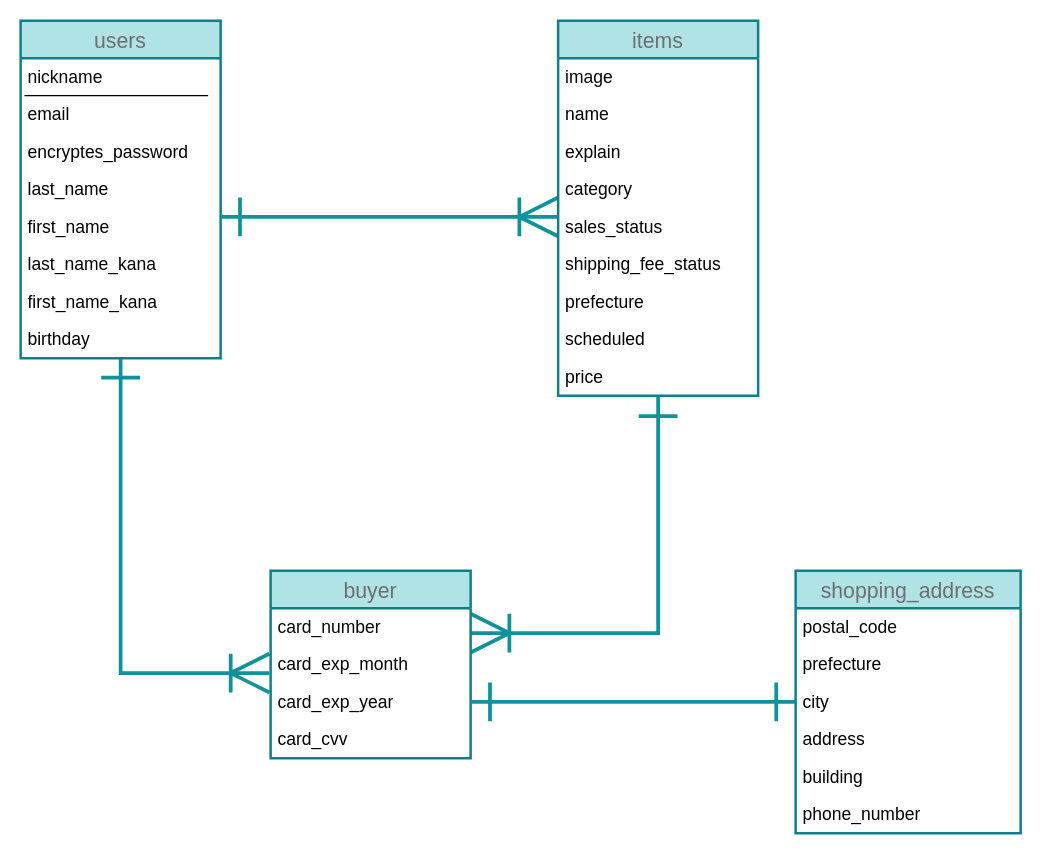
Above: furima.dio in Ioa-041/furima-30559 (draw.io), before the change. Source tidied: cells renumbered, new cells numbered last; positions are measured from the earlier drawing's top-left corner, leaving out a move shared by most shapes. Both pictures are drawn from the tidied source at 125%, with x=0, y=0 at pixel (20, 20).
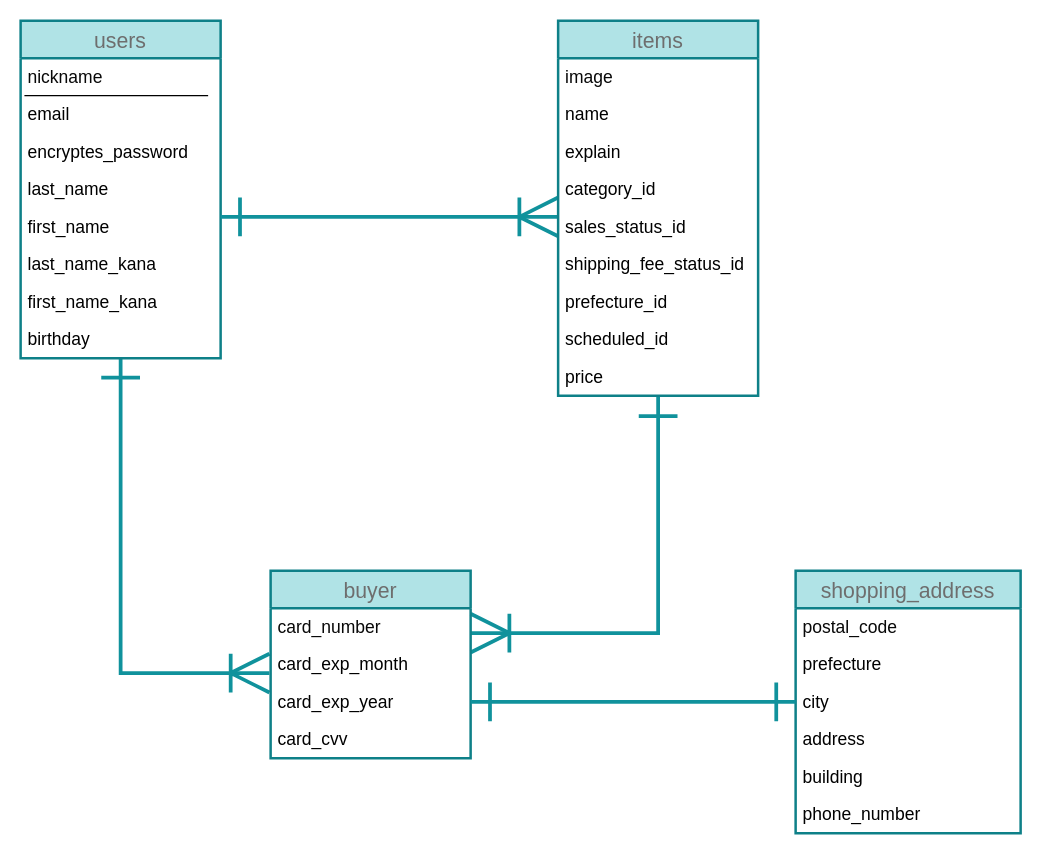
Above is the later version.

Commit message (it also covers changes not shown here):
商品の状態・配送料の負担・発送元の地域・発送までの日数・カテゴリーのカラム名末尾に_idを追記、カラムの型をintegerの変更

The change refers to these unchanged cells:
```xml
<mxCell id="28" value="items" style="swimlane;fontStyle=0;horizontal=1;startSize=30;align=center;fontSize=17;strokeColor=#0e8088;labelBackgroundColor=none;fillColor=#b0e3e6;fontColor=#6E6E6E;strokeWidth=2;" parent="1" vertex="1">
  <mxGeometry x="430" width="160" height="300" as="geometry" />
</mxCell>
```

The edit, as a diff of the source:
```diff
@@
-    <mxCell id="32" value="category" style="text;strokeColor=none;fillColor=none;spacingLeft=4;spacingRight=4;overflow=hidden;fontSize=14;fontColor=#000000;" parent="28" vertex="1">
+    <mxCell id="32" value="category_id" style="text;strokeColor=none;fillColor=none;spacingLeft=4;spacingRight=4;overflow=hidden;fontSize=14;fontColor=#000000;" parent="28" vertex="1">
       <mxGeometry y="120" width="160" height="30" as="geometry" />
     </mxCell>
-    <mxCell id="33" value="sales_status" style="text;strokeColor=none;fillColor=none;spacingLeft=4;spacingRight=4;overflow=hidden;fontSize=14;fontColor=#000000;" parent="28" vertex="1">
+    <mxCell id="33" value="sales_status_id" style="text;strokeColor=none;fillColor=none;spacingLeft=4;spacingRight=4;overflow=hidden;fontSize=14;fontColor=#000000;" parent="28" vertex="1">
       <mxGeometry y="150" width="160" height="30" as="geometry" />
     </mxCell>
-    <mxCell id="34" value="shipping_fee_status" style="text;strokeColor=none;fillColor=none;spacingLeft=4;spacingRight=4;overflow=hidden;fontSize=14;fontColor=#000000;" parent="28" vertex="1">
+    <mxCell id="34" value="shipping_fee_status_id" style="text;strokeColor=none;fillColor=none;spacingLeft=4;spacingRight=4;overflow=hidden;fontSize=14;fontColor=#000000;" parent="28" vertex="1">
       <mxGeometry y="180" width="160" height="30" as="geometry" />
     </mxCell>
-    <mxCell id="35" value="prefecture" style="text;strokeColor=none;fillColor=none;spacingLeft=4;spacingRight=4;overflow=hidden;fontSize=14;fontColor=#000000;" parent="28" vertex="1">
+    <mxCell id="35" value="prefecture_id" style="text;strokeColor=none;fillColor=none;spacingLeft=4;spacingRight=4;overflow=hidden;fontSize=14;fontColor=#000000;" parent="28" vertex="1">
       <mxGeometry y="210" width="160" height="30" as="geometry" />
     </mxCell>
-    <mxCell id="36" value="scheduled" style="text;strokeColor=none;fillColor=none;spacingLeft=4;spacingRight=4;overflow=hidden;fontSize=14;fontColor=#000000;" parent="28" vertex="1">
+    <mxCell id="36" value="scheduled_id" style="text;strokeColor=none;fillColor=none;spacingLeft=4;spacingRight=4;overflow=hidden;fontSize=14;fontColor=#000000;" parent="28" vertex="1">
       <mxGeometry y="240" width="160" height="30" as="geometry" />
     </mxCell>
```
